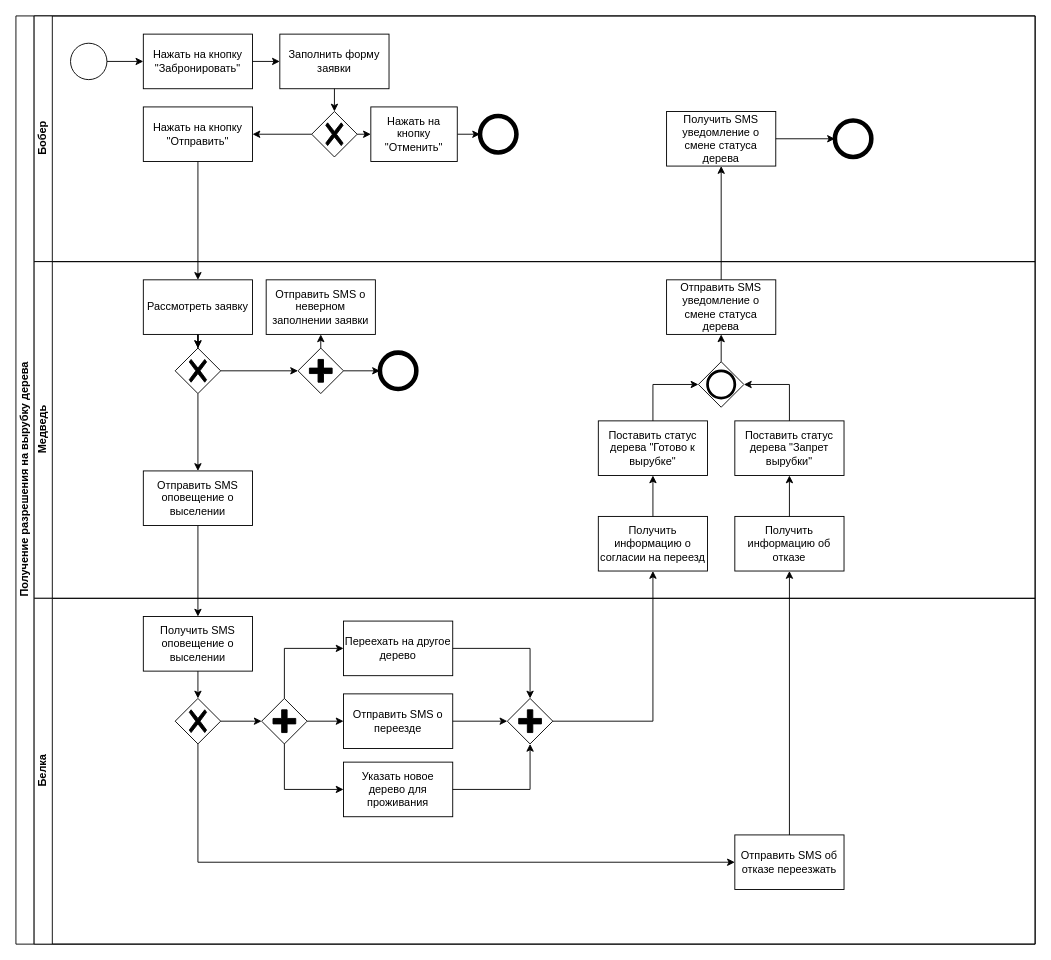
Before: Задача про бобров 2.drawio in pytonuserouner/UML_study, a draw.io diagram. Source tidied: cells renumbered, new cells numbered last; positions are measured from the earlier drawing's top-left corner, leaving out a move shared by most shapes. Both pictures are drawn from the tidied source at 91%, with x=0, y=0 at pixel (15, 15).
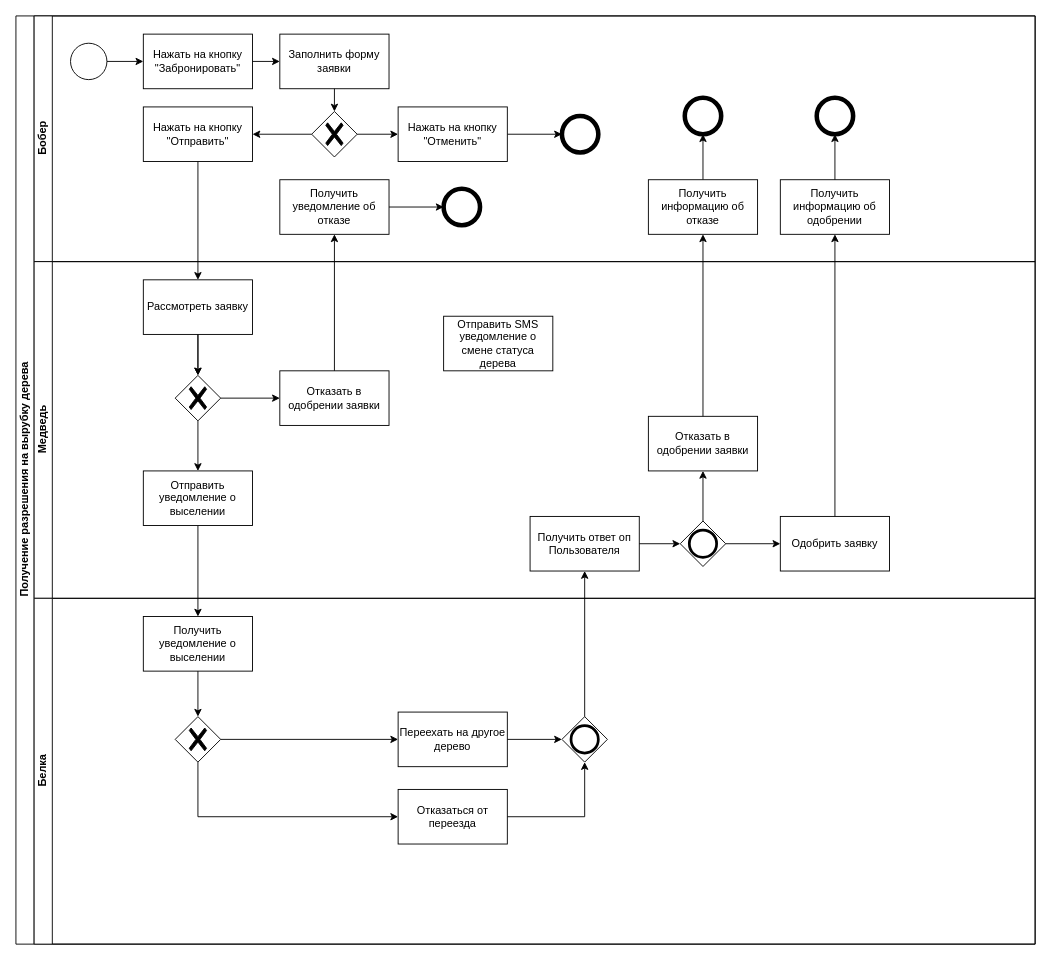
Above is the later version.

The change refers to these unchanged cells:
```xml
<mxCell id="2" value="Получение разрешения на вырубку дерева" style="swimlane;html=1;horizontal=0;startSize=20;" parent="1" vertex="1">
  <mxGeometry width="1120" height="1020" as="geometry" />
</mxCell>
<mxCell id="3" value="Бобер" style="swimlane;html=1;startSize=20;horizontal=0;" parent="2" vertex="1">
  <mxGeometry x="20" width="1100" height="270" as="geometry" />
</mxCell>
<mxCell id="22" value="Медведь" style="swimlane;html=1;startSize=20;horizontal=0;" parent="2" vertex="1">
  <mxGeometry x="20" y="270" width="1100" height="370" as="geometry" />
</mxCell>
<mxCell id="46" value="Белка" style="swimlane;html=1;startSize=20;horizontal=0;" parent="2" vertex="1">
  <mxGeometry x="20" y="640" width="1100" height="380" as="geometry" />
</mxCell>
```

What changed in the source:
```diff
@@
     <mxCell id="7" style="ellipse;whiteSpace=wrap;html=1;strokeWidth=5;" parent="3" vertex="1">
-      <mxGeometry x="490" y="110" width="40" height="40" as="geometry" />
+      <mxGeometry x="580" y="110" width="40" height="40" as="geometry" />
     </mxCell>
@@
-    <mxCell id="15" value="Получить SMS уведомление о смене статуса дерева" style="rounded=0;whiteSpace=wrap;html=1;fontFamily=Helvetica;fontSize=12;fontColor=#000000;align=center;" parent="3" vertex="1">
-      <mxGeometry x="695" y="105" width="120" height="60" as="geometry" />
-    </mxCell>
     <mxCell id="16" style="ellipse;whiteSpace=wrap;html=1;strokeWidth=5;" parent="3" vertex="1">
-      <mxGeometry x="880" y="115" width="40" height="40" as="geometry" />
+      <mxGeometry x="715" y="90" width="40" height="40" as="geometry" />
     </mxCell>
-    <mxCell id="17" style="endArrow=classic;html=1;rounded=0;exitX=1;exitY=0.5;exitDx=0;exitDy=0;entryX=0;entryY=0.5;entryDx=0;entryDy=0;" parent="3" edge="1" source="15" target="16">
+    <mxCell id="17" style="endArrow=classic;html=1;rounded=0;exitX=0.5;exitY=0;exitDx=0;exitDy=0;entryX=0.5;entryY=1;entryDx=0;entryDy=0;" parent="3" edge="1" source="37" target="16">
       <mxGeometry relative="1" as="geometry" />
     </mxCell>
     <mxCell id="18" value="Нажать на кнопку &quot;Отменить&quot;" style="rounded=0;whiteSpace=wrap;html=1;fontFamily=Helvetica;fontSize=12;fontColor=#000000;align=center;" parent="3" vertex="1">
-      <mxGeometry x="370" y="100" width="95" height="60" as="geometry" />
+      <mxGeometry x="400" y="100" width="120" height="60" as="geometry" />
     </mxCell>
@@
+    <mxCell id="67" value="Получить уведомление об отказе" style="rounded=0;whiteSpace=wrap;html=1;fontFamily=Helvetica;fontSize=12;fontColor=#000000;align=center;" parent="3" vertex="1">
+      <mxGeometry x="270" y="180" width="120" height="60" as="geometry" />
+    </mxCell>
+    <mxCell id="27" style="ellipse;whiteSpace=wrap;html=1;strokeWidth=5;" parent="3" vertex="1">
+      <mxGeometry x="450" y="190" width="40" height="40" as="geometry" />
+    </mxCell>
+    <mxCell id="68" style="endArrow=classic;html=1;rounded=0;exitX=1;exitY=0.5;exitDx=0;exitDy=0;entryX=0;entryY=0.5;entryDx=0;entryDy=0;" parent="3" edge="1" source="67" target="27">
+      <mxGeometry relative="1" as="geometry" />
+    </mxCell>
+    <mxCell id="37" value="Получить информацию об отказе" style="rounded=0;whiteSpace=wrap;html=1;fontFamily=Helvetica;fontSize=12;fontColor=#000000;align=center;" parent="3" vertex="1">
+      <mxGeometry x="675" y="180" width="120" height="60" as="geometry" />
+    </mxCell>
+    <mxCell id="69" value="Получить информацию об одобрении" style="rounded=0;whiteSpace=wrap;html=1;fontFamily=Helvetica;fontSize=12;fontColor=#000000;align=center;" parent="3" vertex="1">
+      <mxGeometry x="820" y="180" width="120" height="60" as="geometry" />
+    </mxCell>
+    <mxCell id="70" style="ellipse;whiteSpace=wrap;html=1;strokeWidth=5;" parent="3" vertex="1">
+      <mxGeometry x="860" y="90" width="40" height="40" as="geometry" />
+    </mxCell>
+    <mxCell id="71" style="endArrow=classic;html=1;rounded=0;exitX=0.5;exitY=0;exitDx=0;exitDy=0;entryX=0.5;entryY=1;entryDx=0;entryDy=0;" parent="3" edge="1" source="69" target="70">
+      <mxGeometry relative="1" as="geometry" />
+    </mxCell>
@@
     <mxCell id="25" style="points=[[0.25,0.25,0],[0.5,0,0],[0.75,0.25,0],[1,0.5,0],[0.75,0.75,0],[0.5,1,0],[0.25,0.75,0],[0,0.5,0]];shape=mxgraph.bpmn.gateway2;html=1;verticalLabelPosition=bottom;labelBackgroundColor=#ffffff;verticalAlign=top;align=center;perimeter=rhombusPerimeter;outlineConnect=0;outline=none;symbol=none;gwType=exclusive;" parent="22" vertex="1">
-      <mxGeometry x="155" y="95" width="50" height="50" as="geometry" />
+      <mxGeometry x="155" y="125" width="50" height="50" as="geometry" />
     </mxCell>
@@
-    <mxCell id="27" style="ellipse;whiteSpace=wrap;html=1;strokeWidth=5;" parent="22" vertex="1">
-      <mxGeometry x="380" y="100" width="40" height="40" as="geometry" />
-    </mxCell>
-    <mxCell id="28" style="edgeStyle=orthogonalEdgeStyle;rounded=0;jettySize=auto;html=1;" parent="22" edge="1" source="29" target="27">
-      <mxGeometry relative="1" as="geometry" />
-    </mxCell>
-    <mxCell id="29" style="points=[[0.25,0.25,0],[0.5,0,0],[0.75,0.25,0],[1,0.5,0],[0.75,0.75,0],[0.5,1,0],[0.25,0.75,0],[0,0.5,0]];shape=mxgraph.bpmn.gateway2;html=1;verticalLabelPosition=bottom;labelBackgroundColor=#ffffff;verticalAlign=top;align=center;perimeter=rhombusPerimeter;outlineConnect=0;outline=none;symbol=none;gwType=parallel;" parent="22" vertex="1">
-      <mxGeometry x="290" y="95" width="50" height="50" as="geometry" />
-    </mxCell>
-    <mxCell id="30" style="endArrow=classic;html=1;rounded=0;exitX=1;exitY=0.5;exitDx=0;exitDy=0;exitPerimeter=0;" parent="22" edge="1" source="25" target="29">
+    <mxCell id="30" style="endArrow=classic;html=1;rounded=0;exitX=1;exitY=0.5;exitDx=0;exitDy=0;exitPerimeter=0;entryX=0;entryY=0.5;entryDx=0;entryDy=0;" parent="22" edge="1" source="25" target="31">
       <mxGeometry relative="1" as="geometry" />
     </mxCell>
-    <mxCell id="31" value="Отправить SMS о неверном заполнении заявки" style="rounded=0;whiteSpace=wrap;html=1;fontFamily=Helvetica;fontSize=12;fontColor=#000000;align=center;" parent="22" vertex="1">
-      <mxGeometry x="255" y="20" width="120" height="60" as="geometry" />
+    <mxCell id="31" value="Отказать в одобрении заявки" style="rounded=0;whiteSpace=wrap;html=1;fontFamily=Helvetica;fontSize=12;fontColor=#000000;align=center;" parent="22" vertex="1">
+      <mxGeometry x="270" y="120" width="120" height="60" as="geometry" />
     </mxCell>
-    <mxCell id="32" style="endArrow=classic;html=1;rounded=0;exitX=0.5;exitY=0;exitDx=0;exitDy=0;exitPerimeter=0;entryX=0.5;entryY=1;entryDx=0;entryDy=0;" parent="22" edge="1" source="29" target="31">
-      <mxGeometry relative="1" as="geometry" />
-    </mxCell>
-    <mxCell id="33" value="Отправить SMS оповещение о выселении" style="rounded=0;whiteSpace=wrap;html=1;fontFamily=Helvetica;fontSize=12;fontColor=#000000;align=center;" parent="22" vertex="1">
+    <mxCell id="33" value="Отправить уведомление о выселении" style="rounded=0;whiteSpace=wrap;html=1;fontFamily=Helvetica;fontSize=12;fontColor=#000000;align=center;" parent="22" vertex="1">
       <mxGeometry x="120" y="230" width="120" height="60" as="geometry" />
     </mxCell>
-    <mxCell id="34" value="Получить информацию о согласии на переезд" style="rounded=0;whiteSpace=wrap;html=1;fontFamily=Helvetica;fontSize=12;fontColor=#000000;align=center;" parent="22" vertex="1">
-      <mxGeometry x="620" y="280" width="120" height="60" as="geometry" />
+    <mxCell id="34" value="Получить ответ оп Пользователя" style="rounded=0;whiteSpace=wrap;html=1;fontFamily=Helvetica;fontSize=12;fontColor=#000000;align=center;" parent="22" vertex="1">
+      <mxGeometry x="545" y="280" width="120" height="60" as="geometry" />
     </mxCell>
@@
-    <mxCell id="36" value="Поставить статус дерева &quot;Готово к вырубке&quot;" style="rounded=0;whiteSpace=wrap;html=1;fontFamily=Helvetica;fontSize=12;fontColor=#000000;align=center;" parent="22" vertex="1">
-      <mxGeometry x="620" y="175" width="120" height="60" as="geometry" />
+    <mxCell id="36" value="Одобрить заявку" style="rounded=0;whiteSpace=wrap;html=1;fontFamily=Helvetica;fontSize=12;fontColor=#000000;align=center;" parent="22" vertex="1">
+      <mxGeometry x="820" y="280" width="120" height="60" as="geometry" />
     </mxCell>
-    <mxCell id="37" value="Получить информацию об отказе" style="rounded=0;whiteSpace=wrap;html=1;fontFamily=Helvetica;fontSize=12;fontColor=#000000;align=center;" parent="22" vertex="1">
-      <mxGeometry x="770" y="280" width="120" height="60" as="geometry" />
-    </mxCell>
-    <mxCell id="38" value="Поставить статус дерева &quot;Запрет вырубки&quot;" style="rounded=0;whiteSpace=wrap;html=1;fontFamily=Helvetica;fontSize=12;fontColor=#000000;align=center;" parent="22" vertex="1">
-      <mxGeometry x="770" y="175" width="120" height="60" as="geometry" />
+    <mxCell id="38" value="Отказать в одобрении заявки" style="rounded=0;whiteSpace=wrap;html=1;fontFamily=Helvetica;fontSize=12;fontColor=#000000;align=center;" parent="22" vertex="1">
+      <mxGeometry x="675" y="170" width="120" height="60" as="geometry" />
     </mxCell>
     <mxCell id="39" value="Отправить SMS уведомление о смене статуса дерева" style="rounded=0;whiteSpace=wrap;html=1;fontFamily=Helvetica;fontSize=12;fontColor=#000000;align=center;" parent="22" vertex="1">
-      <mxGeometry x="695" y="20" width="120" height="60" as="geometry" />
+      <mxGeometry x="450" y="60" width="120" height="60" as="geometry" />
     </mxCell>
-    <mxCell id="40" style="points=[[0.25,0.25,0],[0.5,0,0],[0.75,0.25,0],[1,0.5,0],[0.75,0.75,0],[0.5,1,0],[0.25,0.75,0],[0,0.5,0]];shape=mxgraph.bpmn.gateway2;html=1;verticalLabelPosition=bottom;labelBackgroundColor=#ffffff;verticalAlign=top;align=center;perimeter=rhombusPerimeter;outlineConnect=0;outline=end;symbol=general;" parent="22" vertex="1">
-      <mxGeometry x="730" y="110" width="50" height="50" as="geometry" />
-    </mxCell>
-    <mxCell id="41" style="endArrow=classic;html=1;rounded=0;exitX=0.5;exitY=0;exitDx=0;exitDy=0;entryX=0.5;entryY=1;entryDx=0;entryDy=0;edgeStyle=orthogonalEdgeStyle;" parent="22" edge="1" source="34" target="36">
-      <mxGeometry relative="1" as="geometry" />
-    </mxCell>
-    <mxCell id="42" style="endArrow=classic;html=1;rounded=0;exitX=0.5;exitY=0;exitDx=0;exitDy=0;entryX=0.5;entryY=1;entryDx=0;entryDy=0;edgeStyle=orthogonalEdgeStyle;" parent="22" edge="1" source="37" target="38">
-      <mxGeometry relative="1" as="geometry" />
-    </mxCell>
-    <mxCell id="43" style="endArrow=classic;html=1;rounded=0;exitX=0.5;exitY=0;exitDx=0;exitDy=0;entryX=0;entryY=0.5;entryDx=0;entryDy=0;entryPerimeter=0;edgeStyle=orthogonalEdgeStyle;" parent="22" edge="1" source="36" target="40">
-      <mxGeometry relative="1" as="geometry" />
-    </mxCell>
-    <mxCell id="44" style="endArrow=classic;html=1;rounded=0;exitX=0.5;exitY=0;exitDx=0;exitDy=0;entryX=1;entryY=0.5;entryDx=0;entryDy=0;entryPerimeter=0;edgeStyle=orthogonalEdgeStyle;" parent="22" edge="1" source="38" target="40">
-      <mxGeometry relative="1" as="geometry" />
-    </mxCell>
-    <mxCell id="45" style="endArrow=classic;html=1;rounded=0;exitX=0.5;exitY=0;exitDx=0;exitDy=0;exitPerimeter=0;entryX=0.5;entryY=1;entryDx=0;entryDy=0;" parent="22" edge="1" source="40" target="39">
-      <mxGeometry relative="1" as="geometry" />
-    </mxCell>
+    <mxCell id="72" style="points=[[0.25,0.25,0],[0.5,0,0],[0.75,0.25,0],[1,0.5,0],[0.75,0.75,0],[0.5,1,0],[0.25,0.75,0],[0,0.5,0]];shape=mxgraph.bpmn.gateway2;html=1;verticalLabelPosition=bottom;labelBackgroundColor=#ffffff;verticalAlign=top;align=center;perimeter=rhombusPerimeter;outlineConnect=0;outline=end;symbol=general;" parent="22" vertex="1">
+      <mxGeometry x="710" y="285" width="50" height="50" as="geometry" />
+    </mxCell>
+    <mxCell id="73" style="endArrow=classic;html=1;rounded=0;exitX=1;exitY=0.5;exitDx=0;exitDy=0;entryX=0;entryY=0.5;entryDx=0;entryDy=0;entryPerimeter=0;" parent="22" edge="1" source="34" target="72">
+      <mxGeometry relative="1" as="geometry" />
+    </mxCell>
+    <mxCell id="74" style="endArrow=classic;html=1;rounded=0;exitX=0.5;exitY=0;exitDx=0;exitDy=0;exitPerimeter=0;entryX=0.5;entryY=1;entryDx=0;entryDy=0;" parent="22" edge="1" source="72" target="38">
+      <mxGeometry relative="1" as="geometry" />
+    </mxCell>
+    <mxCell id="75" style="endArrow=classic;html=1;rounded=0;exitX=1;exitY=0.5;exitDx=0;exitDy=0;exitPerimeter=0;entryX=0;entryY=0.5;entryDx=0;entryDy=0;" parent="22" edge="1" source="72" target="36">
+      <mxGeometry relative="1" as="geometry" />
+    </mxCell>
@@
-    <mxCell id="47" value="Получить SMS оповещение о выселении" style="rounded=0;whiteSpace=wrap;html=1;fontFamily=Helvetica;fontSize=12;fontColor=#000000;align=center;" parent="46" vertex="1">
+    <mxCell id="47" value="Получить уведомление о выселении" style="rounded=0;whiteSpace=wrap;html=1;fontFamily=Helvetica;fontSize=12;fontColor=#000000;align=center;" parent="46" vertex="1">
       <mxGeometry x="120" y="20" width="120" height="60" as="geometry" />
     </mxCell>
     <mxCell id="48" style="points=[[0.25,0.25,0],[0.5,0,0],[0.75,0.25,0],[1,0.5,0],[0.75,0.75,0],[0.5,1,0],[0.25,0.75,0],[0,0.5,0]];shape=mxgraph.bpmn.gateway2;html=1;verticalLabelPosition=bottom;labelBackgroundColor=#ffffff;verticalAlign=top;align=center;perimeter=rhombusPerimeter;outlineConnect=0;outline=none;symbol=none;gwType=exclusive;" parent="46" vertex="1">
-      <mxGeometry x="155" y="110" width="50" height="50" as="geometry" />
+      <mxGeometry x="155" y="130" width="50" height="50" as="geometry" />
     </mxCell>
     <mxCell id="49" value="Переехать на другое дерево" style="rounded=0;whiteSpace=wrap;html=1;fontFamily=Helvetica;fontSize=12;fontColor=#000000;align=center;" parent="46" vertex="1">
-      <mxGeometry x="340" y="25" width="120" height="60" as="geometry" />
+      <mxGeometry x="400" y="125" width="120" height="60" as="geometry" />
     </mxCell>
-    <mxCell id="50" value="Отправить SMS о переезде" style="rounded=0;whiteSpace=wrap;html=1;fontFamily=Helvetica;fontSize=12;fontColor=#000000;align=center;" parent="46" vertex="1">
-      <mxGeometry x="340" y="105" width="120" height="60" as="geometry" />
-    </mxCell>
-    <mxCell id="51" value="Указать новое дерево для проживания" style="rounded=0;whiteSpace=wrap;html=1;fontFamily=Helvetica;fontSize=12;fontColor=#000000;align=center;" parent="46" vertex="1">
-      <mxGeometry x="340" y="180" width="120" height="60" as="geometry" />
-    </mxCell>
-    <mxCell id="52" style="points=[[0.25,0.25,0],[0.5,0,0],[0.75,0.25,0],[1,0.5,0],[0.75,0.75,0],[0.5,1,0],[0.25,0.75,0],[0,0.5,0]];shape=mxgraph.bpmn.gateway2;html=1;verticalLabelPosition=bottom;labelBackgroundColor=#ffffff;verticalAlign=top;align=center;perimeter=rhombusPerimeter;outlineConnect=0;outline=none;symbol=none;gwType=parallel;" parent="46" vertex="1">
-      <mxGeometry x="250" y="110" width="50" height="50" as="geometry" />
-    </mxCell>
-    <mxCell id="53" style="points=[[0.25,0.25,0],[0.5,0,0],[0.75,0.25,0],[1,0.5,0],[0.75,0.75,0],[0.5,1,0],[0.25,0.75,0],[0,0.5,0]];shape=mxgraph.bpmn.gateway2;html=1;verticalLabelPosition=bottom;labelBackgroundColor=#ffffff;verticalAlign=top;align=center;perimeter=rhombusPerimeter;outlineConnect=0;outline=none;symbol=none;gwType=parallel;" parent="46" vertex="1">
-      <mxGeometry x="520" y="110" width="50" height="50" as="geometry" />
-    </mxCell>
-    <mxCell id="54" value="Отправить SMS об отказе переезжать" style="rounded=0;whiteSpace=wrap;html=1;fontFamily=Helvetica;fontSize=12;fontColor=#000000;align=center;" parent="46" vertex="1">
-      <mxGeometry x="770" y="260" width="120" height="60" as="geometry" />
+    <mxCell id="54" value="Отказаться от переезда" style="rounded=0;whiteSpace=wrap;html=1;fontFamily=Helvetica;fontSize=12;fontColor=#000000;align=center;" parent="46" vertex="1">
+      <mxGeometry x="400" y="210" width="120" height="60" as="geometry" />
     </mxCell>
-    <mxCell id="55" style="endArrow=classic;html=1;rounded=0;exitX=1;exitY=0.5;exitDx=0;exitDy=0;exitPerimeter=0;entryX=0;entryY=0.5;entryDx=0;entryDy=0;entryPerimeter=0;" parent="46" edge="1" source="48" target="52">
+    <mxCell id="55" style="endArrow=classic;html=1;rounded=0;exitX=1;exitY=0.5;exitDx=0;exitDy=0;exitPerimeter=0;entryX=0;entryY=0.5;entryDx=0;entryDy=0;" parent="46" edge="1" source="48" target="49">
       <mxGeometry relative="1" as="geometry" />
     </mxCell>
@@
-    <mxCell id="57" style="endArrow=classic;html=1;rounded=0;entryX=0;entryY=0.5;entryDx=0;entryDy=0;exitX=0.5;exitY=0;exitDx=0;exitDy=0;exitPerimeter=0;edgeStyle=orthogonalEdgeStyle;" parent="46" edge="1" source="52" target="49">
-      <mxGeometry relative="1" as="geometry" />
-    </mxCell>
-    <mxCell id="58" style="endArrow=classic;html=1;rounded=0;exitX=0.5;exitY=1;exitDx=0;exitDy=0;exitPerimeter=0;entryX=0;entryY=0.5;entryDx=0;entryDy=0;edgeStyle=orthogonalEdgeStyle;" parent="46" edge="1" source="52" target="51">
-      <mxGeometry relative="1" as="geometry" />
-    </mxCell>
-    <mxCell id="59" style="endArrow=classic;html=1;rounded=0;exitX=1;exitY=0.5;exitDx=0;exitDy=0;exitPerimeter=0;entryX=0;entryY=0.5;entryDx=0;entryDy=0;" parent="46" edge="1" source="52" target="50">
-      <mxGeometry relative="1" as="geometry" />
-    </mxCell>
-    <mxCell id="60" style="endArrow=classic;html=1;rounded=0;exitX=1;exitY=0.5;exitDx=0;exitDy=0;entryX=0.5;entryY=0;entryDx=0;entryDy=0;entryPerimeter=0;edgeStyle=orthogonalEdgeStyle;" parent="46" edge="1" source="49" target="53">
-      <mxGeometry relative="1" as="geometry" />
-    </mxCell>
-    <mxCell id="61" style="endArrow=classic;html=1;rounded=0;exitX=1;exitY=0.5;exitDx=0;exitDy=0;entryX=0;entryY=0.5;entryDx=0;entryDy=0;entryPerimeter=0;" parent="46" edge="1" source="50" target="53">
-      <mxGeometry relative="1" as="geometry" />
-    </mxCell>
-    <mxCell id="62" style="endArrow=classic;html=1;rounded=0;exitX=1;exitY=0.5;exitDx=0;exitDy=0;entryX=0.5;entryY=1;entryDx=0;entryDy=0;entryPerimeter=0;edgeStyle=orthogonalEdgeStyle;" parent="46" edge="1" source="51" target="53">
-      <mxGeometry relative="1" as="geometry" />
-    </mxCell>
@@
-    <mxCell id="64" style="endArrow=classic;html=1;rounded=0;exitX=1;exitY=0.5;exitDx=0;exitDy=0;exitPerimeter=0;entryX=0.5;entryY=1;entryDx=0;entryDy=0;edgeStyle=orthogonalEdgeStyle;" parent="2" edge="1" source="53" target="34">
-      <mxGeometry relative="1" as="geometry" />
-    </mxCell>
-    <mxCell id="65" style="endArrow=classic;html=1;rounded=0;exitX=0.5;exitY=0;exitDx=0;exitDy=0;entryX=0.5;entryY=1;entryDx=0;entryDy=0;" parent="2" edge="1" source="54" target="37">
-      <mxGeometry relative="1" as="geometry" />
-    </mxCell>
-    <mxCell id="66" style="endArrow=classic;html=1;rounded=0;entryX=0.5;entryY=1;entryDx=0;entryDy=0;exitX=0.5;exitY=0;exitDx=0;exitDy=0;" parent="2" edge="1" source="39" target="15">
-      <mxGeometry relative="1" as="geometry" />
-    </mxCell>
+    <mxCell id="76" style="points=[[0.25,0.25,0],[0.5,0,0],[0.75,0.25,0],[1,0.5,0],[0.75,0.75,0],[0.5,1,0],[0.25,0.75,0],[0,0.5,0]];shape=mxgraph.bpmn.gateway2;html=1;verticalLabelPosition=bottom;labelBackgroundColor=#ffffff;verticalAlign=top;align=center;perimeter=rhombusPerimeter;outlineConnect=0;outline=end;symbol=general;" parent="46" vertex="1">
+      <mxGeometry x="580" y="130" width="50" height="50" as="geometry" />
+    </mxCell>
+    <mxCell id="77" style="endArrow=classic;html=1;rounded=0;exitX=1;exitY=0.5;exitDx=0;exitDy=0;entryX=0;entryY=0.5;entryDx=0;entryDy=0;entryPerimeter=0;" parent="46" edge="1" source="49" target="76">
+      <mxGeometry relative="1" as="geometry" />
+    </mxCell>
+    <mxCell id="78" style="endArrow=classic;html=1;rounded=0;exitX=1;exitY=0.5;exitDx=0;exitDy=0;entryX=0.5;entryY=1;entryDx=0;entryDy=0;entryPerimeter=0;edgeStyle=orthogonalEdgeStyle;" parent="46" edge="1" source="54" target="76">
+      <mxGeometry relative="1" as="geometry" />
+    </mxCell>
+    <mxCell id="79" style="endArrow=classic;html=1;rounded=0;exitX=0.5;exitY=0;exitDx=0;exitDy=0;entryX=0.5;entryY=1;entryDx=0;entryDy=0;" parent="2" edge="1" source="31" target="67">
+      <mxGeometry relative="1" as="geometry" />
+    </mxCell>
+    <mxCell id="80" style="endArrow=classic;html=1;rounded=0;exitX=0.5;exitY=0;exitDx=0;exitDy=0;exitPerimeter=0;entryX=0.5;entryY=1;entryDx=0;entryDy=0;" parent="2" edge="1" source="76" target="34">
+      <mxGeometry relative="1" as="geometry" />
+    </mxCell>
+    <mxCell id="81" style="endArrow=classic;html=1;rounded=0;exitX=0.5;exitY=0;exitDx=0;exitDy=0;entryX=0.5;entryY=1;entryDx=0;entryDy=0;" parent="2" edge="1" source="38" target="37">
+      <mxGeometry relative="1" as="geometry" />
+    </mxCell>
+    <mxCell id="82" style="endArrow=classic;html=1;rounded=0;exitX=0.5;exitY=0;exitDx=0;exitDy=0;entryX=0.5;entryY=1;entryDx=0;entryDy=0;" parent="2" edge="1" source="36" target="69">
+      <mxGeometry relative="1" as="geometry" />
+    </mxCell>
```
